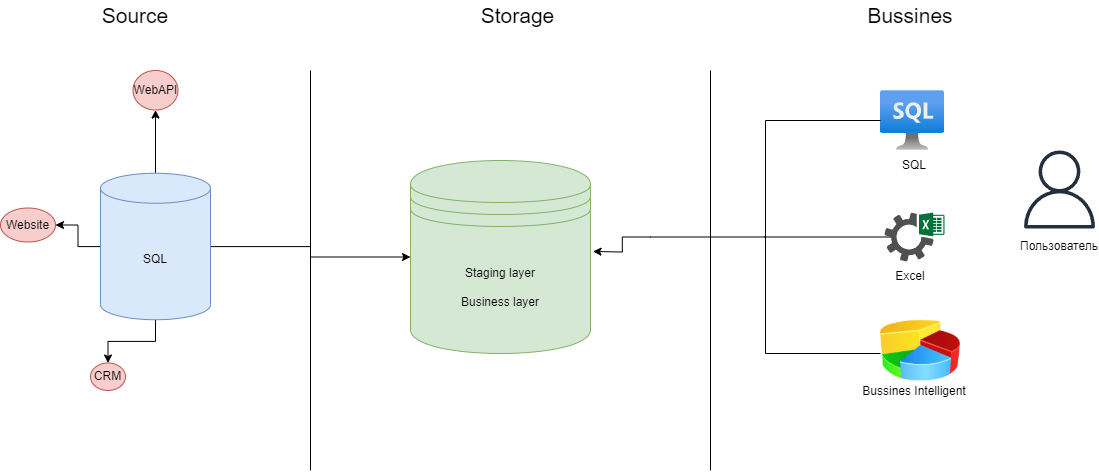
The draw.io diagram de101/module01/img/architecture_of_the_analytical_solution.png in Alitrix/datalearn, before a commit. Source tidied: cells renumbered, new cells last; positions are measured from the earlier drawing's top-left corner, leaving out a move shared by most shapes. Its diagram source:
```xml
<mxGraphModel>
  <root>
    <mxCell id="0" />
    <mxCell id="1" parent="0" />
    <mxCell id="2" style="endArrow=none;html=1;rounded=0;" parent="1" edge="1">
      <mxGeometry relative="1" as="geometry">
        <mxPoint x="310" y="470" as="sourcePoint" />
        <mxPoint x="310" y="70" as="targetPoint" />
      </mxGeometry>
    </mxCell>
    <mxCell id="3" style="endArrow=none;html=1;rounded=0;" parent="1" edge="1">
      <mxGeometry relative="1" as="geometry">
        <mxPoint x="710" y="470" as="sourcePoint" />
        <mxPoint x="710" y="70" as="targetPoint" />
      </mxGeometry>
    </mxCell>
    <mxCell id="4" value="Source" style="text;strokeColor=none;align=center;fillColor=none;html=1;verticalAlign=middle;whiteSpace=wrap;rounded=0;fontSize=21;fontStyle=0;" parent="1" vertex="1">
      <mxGeometry x="90" width="90" height="30" as="geometry" />
    </mxCell>
    <mxCell id="5" value="Storage" style="text;strokeColor=none;align=center;fillColor=none;html=1;verticalAlign=middle;whiteSpace=wrap;rounded=0;fontSize=21;fontStyle=0;" parent="1" vertex="1">
      <mxGeometry x="475" width="85" height="30" as="geometry" />
    </mxCell>
    <mxCell id="6" value="Bussines" style="text;strokeColor=none;align=center;fillColor=none;html=1;verticalAlign=middle;whiteSpace=wrap;rounded=0;fontSize=21;fontStyle=0;" parent="1" vertex="1">
      <mxGeometry x="860" width="100" height="30" as="geometry" />
    </mxCell>
    <mxCell id="7" style="edgeStyle=orthogonalEdgeStyle;rounded=0;jettySize=auto;html=1;" parent="1" edge="1" source="11" target="24">
      <mxGeometry relative="1" as="geometry" />
    </mxCell>
    <mxCell id="8" style="edgeStyle=orthogonalEdgeStyle;rounded=0;jettySize=auto;html=1;" parent="1" edge="1" source="11" target="25">
      <mxGeometry relative="1" as="geometry" />
    </mxCell>
    <mxCell id="9" style="edgeStyle=orthogonalEdgeStyle;rounded=0;jettySize=auto;html=1;" parent="1" edge="1" source="11" target="26">
      <mxGeometry relative="1" as="geometry" />
    </mxCell>
    <mxCell id="10" style="edgeStyle=orthogonalEdgeStyle;rounded=0;jettySize=auto;html=1;" parent="1" edge="1" source="11" target="23">
      <mxGeometry relative="1" as="geometry" />
    </mxCell>
    <mxCell id="11" value="SQL" style="shape=cylinder3;whiteSpace=wrap;html=1;boundedLbl=1;backgroundOutline=1;size=15;fillColor=#dae8fc;strokeColor=#6c8ebf;" parent="1" vertex="1">
      <mxGeometry x="100" y="172.8" width="110" height="146.5" as="geometry" />
    </mxCell>
    <mxCell id="12" style="image;html=1;align=center;fontSize=12;image=img/lib/azure2/databases/Azure_SQL_VM.svg;" parent="1" vertex="1">
      <mxGeometry x="880" y="90" width="64" height="60" as="geometry" />
    </mxCell>
    <mxCell id="13" style="sketch=0;shadow=0;dashed=0;html=1;strokeColor=none;fillColor=#505050;labelPosition=center;verticalLabelPosition=bottom;verticalAlign=top;align=center;shape=mxgraph.office.services.excel_services;" parent="1" vertex="1">
      <mxGeometry x="884" y="212" width="60" height="49" as="geometry" />
    </mxCell>
    <mxCell id="14" style="edgeStyle=orthogonalEdgeStyle;rounded=0;jettySize=auto;html=1;" parent="1" edge="1" source="15">
      <mxGeometry relative="1" as="geometry">
        <mxPoint x="592.5" y="251" as="targetPoint" />
      </mxGeometry>
    </mxCell>
    <mxCell id="15" style="strokeWidth=1;html=1;shape=mxgraph.flowchart.annotation_2;align=left;labelPosition=right;direction=west;flipH=1;" parent="1" vertex="1">
      <mxGeometry x="650" y="120" width="230" height="233" as="geometry" />
    </mxCell>
    <mxCell id="16" style="line;strokeWidth=1;html=1;" parent="1" vertex="1">
      <mxGeometry x="763.9" y="231.5" width="126.2" height="10" as="geometry" />
    </mxCell>
    <mxCell id="17" value="SQL" style="text;strokeColor=none;align=center;fillColor=none;html=1;verticalAlign=middle;whiteSpace=wrap;rounded=0;" parent="1" vertex="1">
      <mxGeometry x="884" y="150" width="60" height="30" as="geometry" />
    </mxCell>
    <mxCell id="18" value="Excel" style="text;strokeColor=none;align=center;fillColor=none;html=1;verticalAlign=middle;whiteSpace=wrap;rounded=0;" parent="1" vertex="1">
      <mxGeometry x="880" y="261" width="60" height="30" as="geometry" />
    </mxCell>
    <mxCell id="19" value="Bussines Intelligent" style="text;strokeColor=none;align=center;fillColor=none;html=1;verticalAlign=middle;whiteSpace=wrap;rounded=0;" parent="1" vertex="1">
      <mxGeometry x="860.9" y="376" width="106.2" height="30" as="geometry" />
    </mxCell>
    <mxCell id="20" style="sketch=0;fontColor=#232F3E;gradientColor=none;fillColor=#232F3D;strokeColor=none;dashed=0;verticalLabelPosition=bottom;verticalAlign=top;align=center;html=1;fontSize=12;fontStyle=0;shape=mxgraph.aws4.user;" parent="1" vertex="1">
      <mxGeometry x="1020" y="150" width="78" height="78" as="geometry" />
    </mxCell>
    <mxCell id="21" value="Пользователь" style="text;strokeColor=none;align=center;fillColor=none;html=1;verticalAlign=middle;whiteSpace=wrap;rounded=0;" parent="1" vertex="1">
      <mxGeometry x="1029" y="231" width="60" height="30" as="geometry" />
    </mxCell>
    <mxCell id="22" style="image;html=1;image=img/lib/clip_art/finance/Pie_Chart_128x128.png;" parent="1" vertex="1">
      <mxGeometry x="880" y="310" width="80" height="80" as="geometry" />
    </mxCell>
    <mxCell id="23" value="Staging layer&lt;div&gt;&lt;br&gt;&lt;/div&gt;&lt;div&gt;Business layer&lt;/div&gt;" style="shape=datastore;whiteSpace=wrap;html=1;fillColor=#d5e8d4;strokeColor=#82b366;" parent="1" vertex="1">
      <mxGeometry x="410" y="160" width="180" height="193" as="geometry" />
    </mxCell>
    <mxCell id="24" value="WebAPI" style="ellipse;whiteSpace=wrap;html=1;fillColor=#f8cecc;strokeColor=#b85450;" parent="1" vertex="1">
      <mxGeometry x="132.5" y="70" width="45" height="39.5" as="geometry" />
    </mxCell>
    <mxCell id="25" value="Website" style="ellipse;whiteSpace=wrap;html=1;fillColor=#f8cecc;strokeColor=#b85450;" parent="1" vertex="1">
      <mxGeometry y="207.5" width="55" height="34" as="geometry" />
    </mxCell>
    <mxCell id="26" value="CRM" style="ellipse;whiteSpace=wrap;html=1;fillColor=#f8cecc;strokeColor=#b85450;" parent="1" vertex="1">
      <mxGeometry x="90" y="362.5" width="35" height="27.5" as="geometry" />
    </mxCell>
  </root>
</mxGraphModel>
```
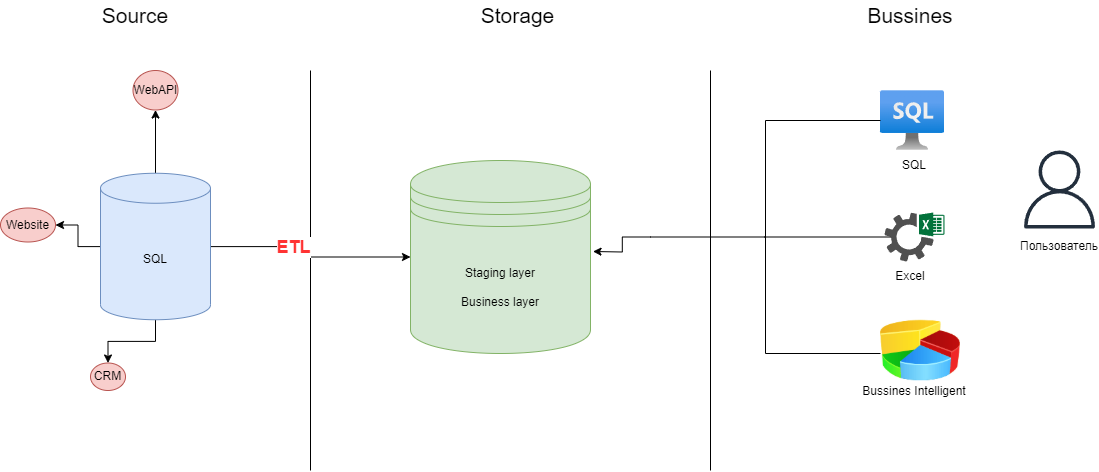
Above is the later version.

What changed in the source:
```diff
@@ -35,6 +35,9 @@
     <mxCell id="10" style="edgeStyle=orthogonalEdgeStyle;rounded=0;jettySize=auto;html=1;" parent="1" edge="1" source="11" target="23">
       <mxGeometry relative="1" as="geometry" />
     </mxCell>
+    <mxCell id="27" value="ETL" style="edgeLabel;html=1;align=center;verticalAlign=middle;fontSize=18;fontStyle=1;fontColor=#FF3333;" parent="10" vertex="1">
+      <mxGeometry x="-0.22" relative="1" as="geometry" />
+    </mxCell>
     <mxCell id="11" value="SQL" style="shape=cylinder3;whiteSpace=wrap;html=1;boundedLbl=1;backgroundOutline=1;size=15;fillColor=#dae8fc;strokeColor=#6c8ebf;" parent="1" vertex="1">
       <mxGeometry x="100" y="172.8" width="110" height="146.5" as="geometry" />
     </mxCell>
```
